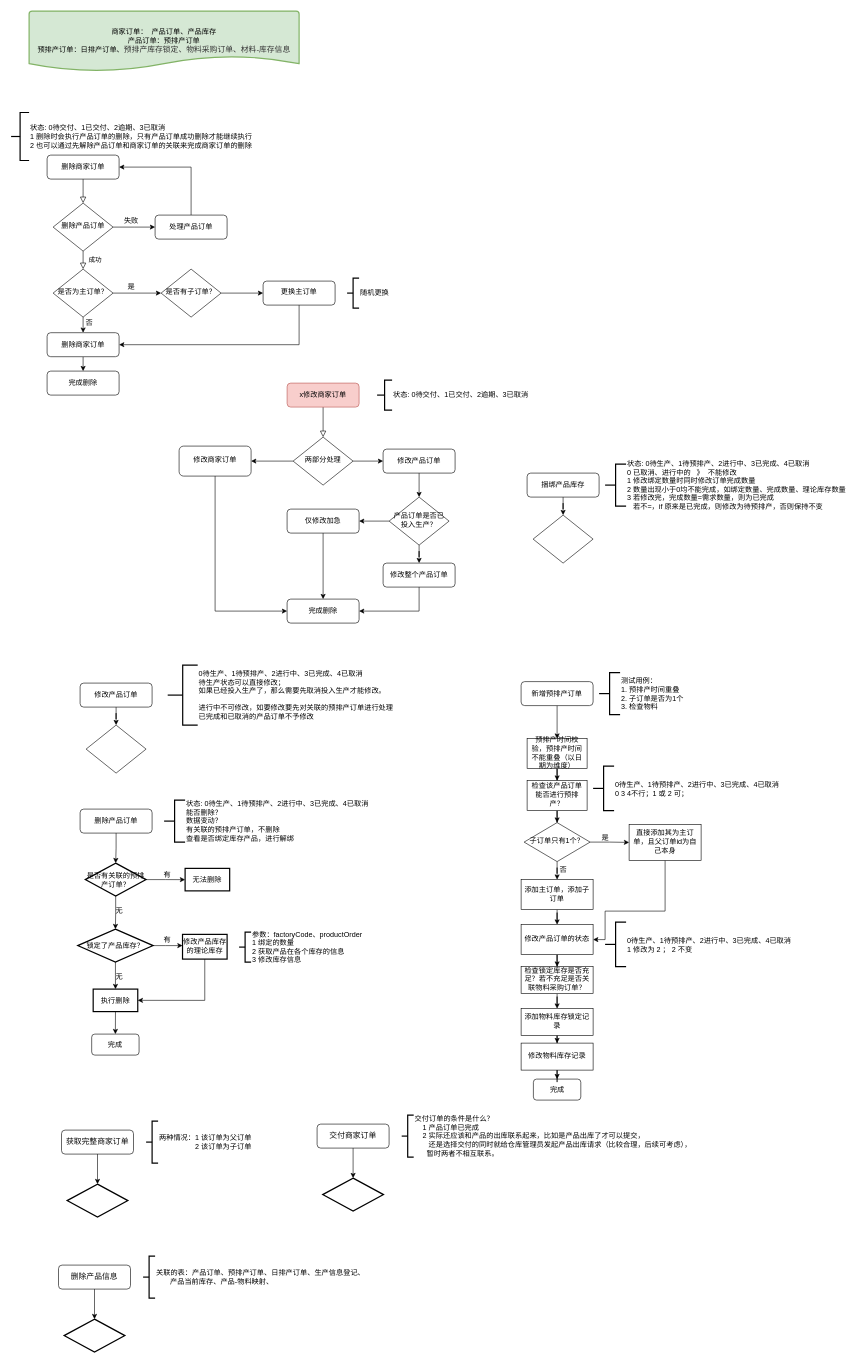
Above: img/流程图.drawio in OldQi/first_rpo (draw.io), before the change. Source tidied: cells renumbered, new cells numbered last; positions are measured from the earlier drawing's top-left corner, leaving out a move shared by most shapes. Both pictures are drawn from the tidied source at 60%, with x=0, y=0 at pixel (11, 11).
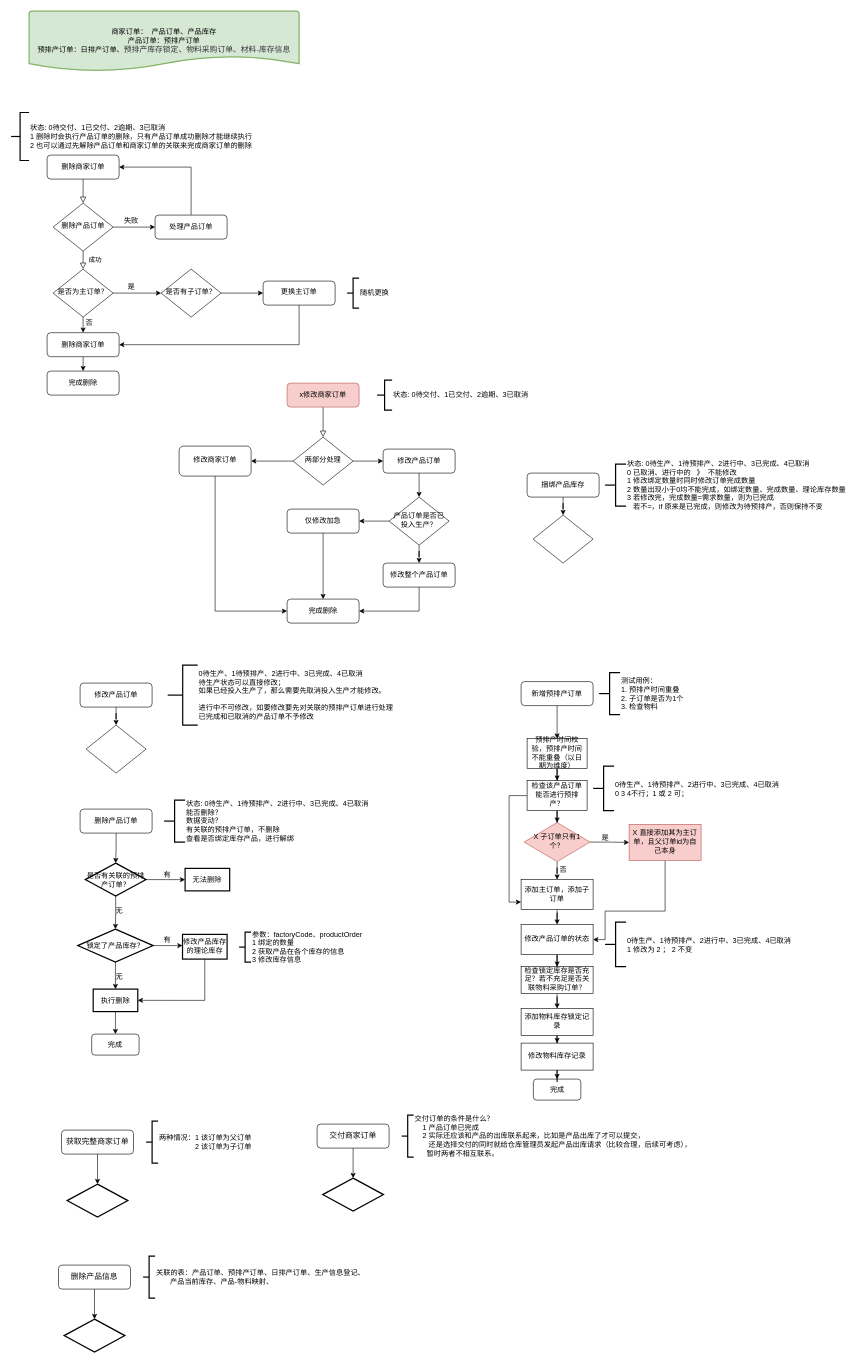
The same page after the edit.

Commit message:
更新流程图.drawio

Unchanged cells that the change refers to:
```xml
<mxCell id="95" value="添加主订单，添加子订单" style="whiteSpace=wrap;html=1;shadow=0;strokeWidth=1;spacing=6;spacingTop=-4;" parent="1" vertex="1">
  <mxGeometry x="850" y="1447.5" width="120" height="50" as="geometry" />
</mxCell>
<mxCell id="103" value="&lt;span&gt;检查该产品订单能否进行预排产？&lt;/span&gt;" style="whiteSpace=wrap;html=1;shadow=0;strokeWidth=1;spacing=6;spacingTop=-4;" parent="1" vertex="1">
  <mxGeometry x="860" y="1282.5" width="100" height="50" as="geometry" />
</mxCell>
```

The edit, as a diff of the source:
```diff
@@
-    <mxCell id="87" value="子订单只有1个？" style="rhombus;whiteSpace=wrap;html=1;shadow=0;fontFamily=Helvetica;fontSize=12;align=center;strokeWidth=1;spacing=6;spacingTop=-4;" parent="1" vertex="1">
+    <mxCell id="87" value="X 子订单只有1个？" style="rhombus;whiteSpace=wrap;html=1;shadow=0;fontFamily=Helvetica;fontSize=12;align=center;strokeWidth=1;spacing=6;spacingTop=-4;fillColor=#f8cecc;strokeColor=#b85450;" parent="1" vertex="1">
       <mxGeometry x="855" y="1352.5" width="110" height="65" as="geometry" />
     </mxCell>
@@
-    <mxCell id="90" value="直接添加其为主订单，且父订单id为自己本身" style="whiteSpace=wrap;html=1;shadow=0;strokeWidth=1;spacing=6;spacingTop=-4;" parent="1" vertex="1">
+    <mxCell id="90" value="X 直接添加其为主订单，且父订单id为自己本身" style="whiteSpace=wrap;html=1;shadow=0;strokeWidth=1;spacing=6;spacingTop=-4;fillColor=#f8cecc;strokeColor=#b85450;" parent="1" vertex="1">
       <mxGeometry x="1030" y="1355.5" width="120" height="60" as="geometry" />
     </mxCell>
@@
+    <mxCell id="110" style="edgeStyle=orthogonalEdgeStyle;rounded=0;jettySize=auto;html=1;entryX=0;entryY=0.75;entryDx=0;entryDy=0;" parent="1" edge="1" source="103" target="95">
+      <mxGeometry relative="1" as="geometry">
+        <Array as="points">
+          <mxPoint x="830" y="1308" />
+          <mxPoint x="830" y="1485" />
+        </Array>
+      </mxGeometry>
+    </mxCell>
```
